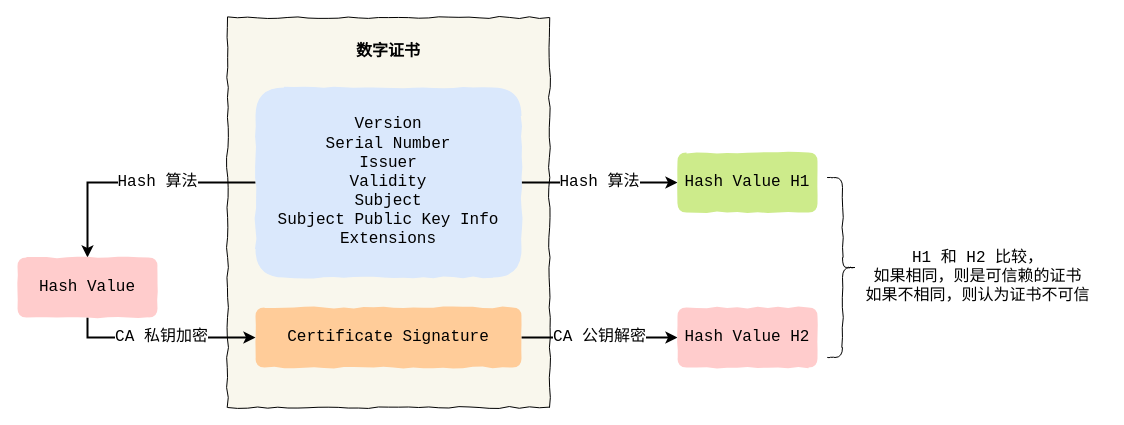
The draw.io diagram 网络/https/证书的校验.drawio in xiaolincoder/ImageHost4, before the edit. Source tidied: cells renumbered, new cells numbered last; positions are measured from the earlier drawing's top-left corner, leaving out a move shared by most shapes. Both pictures are drawn from the tidied source at 100%, with x=0, y=0 at pixel (17, 17).
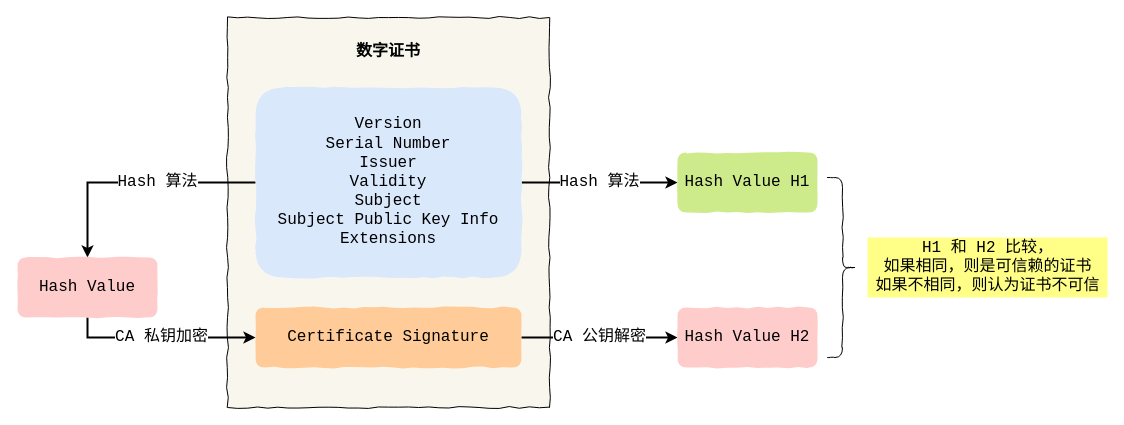
The same page after the edit.

Commit message (it also covers changes not shown here):
更新证书的校验.drawio

What changed in the source:
```diff
@@
 <mxGraphModel>
   <root>
     <mxCell id="0" />
     <mxCell id="1" parent="0" />
     <mxCell id="2" value="&lt;b&gt;&lt;br&gt;数字证书&lt;/b&gt;" style="rounded=0;whiteSpace=wrap;html=1;shadow=0;comic=1;sketch=0;fontFamily=Courier New;fontSize=16;align=center;horizontal=1;verticalAlign=top;fillColor=#f9f7ed;" parent="1" vertex="1">
       <mxGeometry x="210" width="322" height="390" as="geometry" />
     </mxCell>
     <mxCell id="3" value="Hash 算法" style="edgeStyle=orthogonalEdgeStyle;rounded=0;jettySize=auto;html=1;entryX=0.5;entryY=0;entryDx=0;entryDy=0;strokeWidth=2;fontFamily=Courier New;fontSize=16;fontColor=#000000;" parent="1" edge="1" source="5" target="9">
       <mxGeometry x="-0.19" relative="1" as="geometry">
         <Array as="points">
           <mxPoint x="70" y="165" />
           <mxPoint x="70" y="230" />
         </Array>
       </mxGeometry>
     </mxCell>
     <mxCell id="4" value="Hash 算法" style="edgeStyle=orthogonalEdgeStyle;rounded=0;jettySize=auto;html=1;strokeWidth=2;fontFamily=Courier New;fontSize=16;fontColor=#000000;" parent="1" edge="1" source="5" target="10">
       <mxGeometry relative="1" as="geometry" />
     </mxCell>
     <mxCell id="5" value="&lt;div style=&quot;overflow: auto ; margin-top: 0px ; margin-bottom: 0px ; font-size: 16px&quot; class=&quot;newpage&quot;&gt;&lt;span&gt;Version&lt;/span&gt;&lt;/div&gt;&lt;div style=&quot;overflow: auto ; margin-top: 0px ; margin-bottom: 0px ; font-size: 16px&quot; class=&quot;newpage&quot;&gt;&lt;span&gt;Serial Number&lt;/span&gt;&lt;/div&gt;&lt;div style=&quot;overflow: auto ; margin-top: 0px ; margin-bottom: 0px ; font-size: 16px&quot; class=&quot;newpage&quot;&gt;&lt;span&gt;Issuer&lt;/span&gt;&lt;/div&gt;&lt;div style=&quot;overflow: auto ; margin-top: 0px ; margin-bottom: 0px ; font-size: 16px&quot; class=&quot;newpage&quot;&gt;&lt;span&gt;Validity&lt;/span&gt;&lt;/div&gt;&lt;div style=&quot;overflow: auto ; margin-top: 0px ; margin-bottom: 0px ; font-size: 16px&quot; class=&quot;newpage&quot;&gt;&lt;span&gt;Subject&lt;/span&gt;&lt;/div&gt;&lt;div style=&quot;overflow: auto ; margin-top: 0px ; margin-bottom: 0px ; font-size: 16px&quot; class=&quot;newpage&quot;&gt;&lt;span&gt;Subject Public Key Info&lt;/span&gt;&lt;/div&gt;&lt;div style=&quot;overflow: auto ; margin-top: 0px ; margin-bottom: 0px ; font-size: 16px&quot; class=&quot;newpage&quot;&gt;&lt;span&gt;Extensions&lt;/span&gt;&lt;/div&gt;&lt;div style=&quot;overflow: auto ; margin-top: 0px ; margin-bottom: 0px ; font-size: 16px&quot; class=&quot;newpage&quot;&gt;&lt;font style=&quot;font-size: 16px&quot;&gt;&lt;/font&gt;&lt;/div&gt;" style="rounded=1;whiteSpace=wrap;html=1;sketch=0;shadow=0;comic=1;fontFamily=Courier New;labelBackgroundColor=none;fillColor=#dae8fc;fontSize=16;align=center;strokeColor=none;fontStyle=0;" parent="1" vertex="1">
       <mxGeometry x="238" y="70" width="266" height="190" as="geometry" />
     </mxCell>
     <mxCell id="6" value="CA 公钥解密" style="edgeStyle=orthogonalEdgeStyle;rounded=0;jettySize=auto;html=1;strokeWidth=2;fontFamily=Courier New;fontSize=16;fontColor=#000000;" parent="1" edge="1" source="7" target="11">
       <mxGeometry relative="1" as="geometry" />
     </mxCell>
     <mxCell id="7" value="&lt;div style=&quot;overflow: auto ; margin-top: 0px ; margin-bottom: 0px&quot; class=&quot;newpage&quot;&gt;&lt;span&gt;Certificate Signature&lt;/span&gt;&lt;br&gt;&lt;/div&gt;&lt;div style=&quot;overflow: auto ; margin-top: 0px ; margin-bottom: 0px ; font-size: 16px&quot; class=&quot;newpage&quot;&gt;&lt;font style=&quot;font-size: 16px&quot;&gt;&lt;/font&gt;&lt;/div&gt;" style="rounded=1;whiteSpace=wrap;html=1;sketch=0;shadow=0;comic=1;fontFamily=Courier New;labelBackgroundColor=none;fillColor=#ffcc99;fontSize=16;align=center;fontStyle=0;strokeColor=none;" parent="1" vertex="1">
       <mxGeometry x="238" y="290" width="266" height="60" as="geometry" />
     </mxCell>
     <mxCell id="8" value="CA 私钥加密" style="edgeStyle=orthogonalEdgeStyle;rounded=0;jettySize=auto;html=1;strokeWidth=2;fontFamily=Courier New;fontSize=16;fontColor=#000000;exitX=0.5;exitY=1;exitDx=0;exitDy=0;" parent="1" edge="1" source="9" target="7">
       <mxGeometry relative="1" as="geometry" />
     </mxCell>
     <mxCell id="9" value="Hash Value" style="rounded=1;whiteSpace=wrap;html=1;sketch=0;shadow=0;comic=1;fontFamily=Courier New;labelBackgroundColor=none;fillColor=#ffcccc;fontSize=16;align=center;fontStyle=0;strokeColor=none;" parent="1" vertex="1">
       <mxGeometry y="240" width="140" height="60" as="geometry" />
     </mxCell>
     <mxCell id="10" value="Hash Value H1" style="rounded=1;whiteSpace=wrap;html=1;sketch=0;shadow=0;comic=1;fontFamily=Courier New;labelBackgroundColor=none;fillColor=#cdeb8b;fontSize=16;align=center;fontStyle=0;strokeColor=none;" parent="1" vertex="1">
       <mxGeometry x="660" y="135" width="140" height="60" as="geometry" />
     </mxCell>
     <mxCell id="11" value="Hash Value H2" style="rounded=1;whiteSpace=wrap;html=1;sketch=0;shadow=0;comic=1;fontFamily=Courier New;labelBackgroundColor=none;fillColor=#ffcccc;fontSize=16;align=center;fontStyle=0;strokeColor=none;" parent="1" vertex="1">
       <mxGeometry x="660" y="290" width="140" height="60" as="geometry" />
     </mxCell>
     <mxCell id="12" style="shape=curlyBracket;whiteSpace=wrap;html=1;rounded=1;shadow=0;comic=1;sketch=0;strokeColor=#000000;fillColor=#dae8fc;fontFamily=Courier New;fontSize=16;align=center;rotation=-180;" parent="1" vertex="1">
       <mxGeometry x="810" y="160" width="30" height="180" as="geometry" />
     </mxCell>
-    <mxCell id="13" value="H1 和 H2 比较，&lt;br&gt;如果相同，则是可信赖的证书&lt;br&gt;如果不相同，则认为证书不可信" style="text;html=1;align=center;verticalAlign=middle;fontSize=16;fontFamily=Courier New;" parent="1" vertex="1">
-      <mxGeometry x="840" y="230" width="240" height="60" as="geometry" />
+    <mxCell id="13" value="H1 和 H2 比较，&lt;br&gt;如果相同，则是可信赖的证书&lt;br&gt;如果不相同，则认为证书不可信" style="text;html=1;align=center;verticalAlign=middle;fontSize=16;fontFamily=Courier New;fillColor=#ffff88;" parent="1" vertex="1">
+      <mxGeometry x="850" y="220" width="240" height="60" as="geometry" />
     </mxCell>
   </root>
 </mxGraphModel>
```
